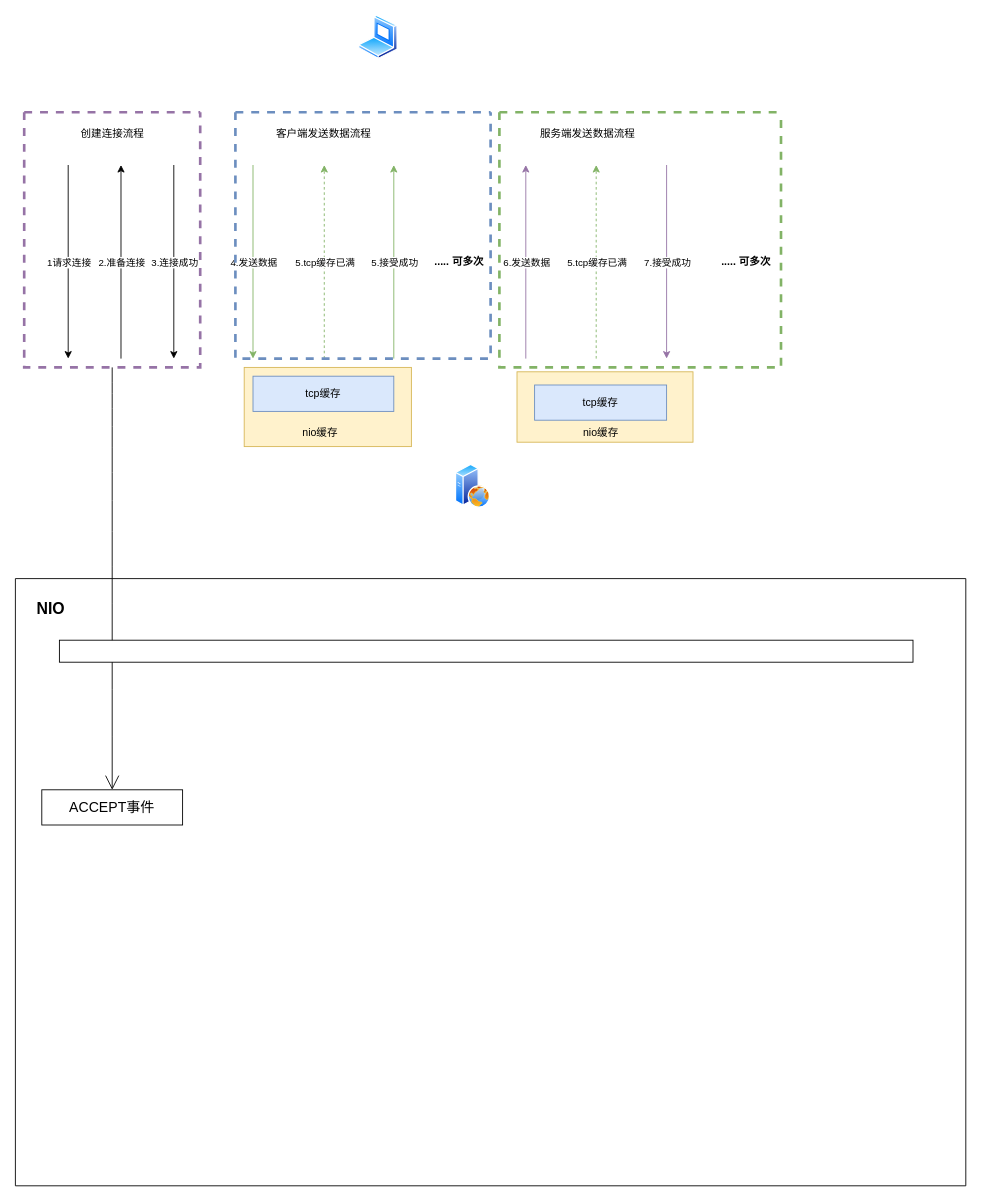
Earlier version of the draw.io diagram 流程图/NIO网络模型.drawio (xiaoa1/liuchengtu). Source tidied: cells renumbered, new cells numbered last; positions are measured from the earlier drawing's top-left corner, leaving out a move shared by most shapes. Both pictures are drawn from the tidied source at 88%, with x=0, y=0 at pixel (15, 15).
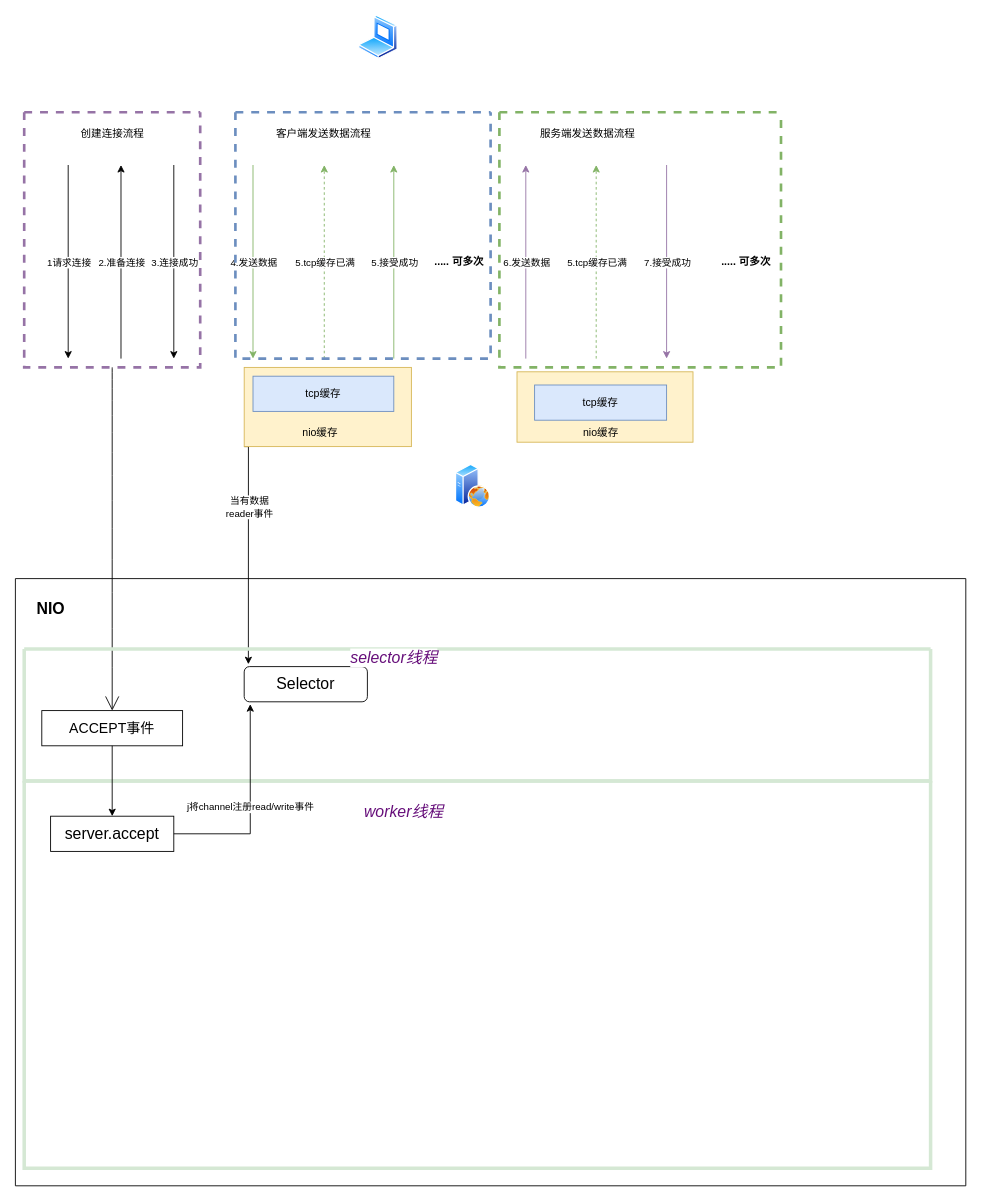
The same page after the edit.

Commit message (it also covers changes not shown here):
更新NIO网络模型.drawio

Unchanged cells that the change refers to:
```xml
<mxCell id="20" style="rounded=0;whiteSpace=wrap;html=1;fillColor=#fff2cc;strokeColor=#d6b656;" parent="1" vertex="1">
  <mxGeometry x="260" y="400" width="190" height="90" as="geometry" />
</mxCell>
<mxCell id="37" style="swimlane;startSize=0;" parent="1" vertex="1">
  <mxGeometry y="640" width="1080" height="690" as="geometry" />
</mxCell>
```

The edit, as a diff of the source:
```diff
@@
+    <mxCell id="41" style="edgeStyle=orthogonalEdgeStyle;rounded=0;jettySize=auto;html=1;exitX=0;exitY=1;exitDx=0;exitDy=0;entryX=0.034;entryY=-0.067;entryDx=0;entryDy=0;entryPerimeter=0;" parent="1" edge="1" source="20" target="44">
+      <mxGeometry relative="1" as="geometry">
+        <Array as="points">
+          <mxPoint x="265" y="490" />
+        </Array>
+      </mxGeometry>
+    </mxCell>
+    <mxCell id="42" value="当有数据&lt;br&gt;reader事件" style="edgeLabel;html=1;align=center;verticalAlign=middle;" parent="41" vertex="1">
+      <mxGeometry x="-0.43" y="1" relative="1" as="geometry">
+        <mxPoint y="1" as="offset" />
+      </mxGeometry>
+    </mxCell>
@@
-    <mxCell id="38" style="rounded=0;whiteSpace=wrap;html=1;fontSize=16;" parent="37" vertex="1">
-      <mxGeometry x="50" y="70" width="970" height="25" as="geometry" />
-    </mxCell>
@@
+    <mxCell id="43" style="swimlane;startSize=0;strokeColor=#D5E8D4;strokeWidth=4;fillColor=none;" parent="37" vertex="1">
+      <mxGeometry x="10" y="80" width="1030" height="150" as="geometry" />
+    </mxCell>
-    <mxCell id="40" value="ACCEPT事件" style="rounded=0;whiteSpace=wrap;html=1;fontSize=16;" parent="37" vertex="1">
-      <mxGeometry x="30" y="240" width="160" height="40" as="geometry" />
+    <mxCell id="40" value="ACCEPT事件" style="rounded=0;whiteSpace=wrap;html=1;fontSize=16;" parent="43" vertex="1">
+      <mxGeometry x="20" y="70" width="160" height="40" as="geometry" />
     </mxCell>
+    <mxCell id="44" value="&lt;pre style=&quot;background-color: rgb(255, 255, 255); font-family: 宋体; font-size: 13.5pt;&quot;&gt;Selector&lt;/pre&gt;" style="rounded=1;whiteSpace=wrap;html=1;" parent="43" vertex="1">
+      <mxGeometry x="250" y="20" width="140" height="40" as="geometry" />
+    </mxCell>
+    <mxCell id="45" style="swimlane;startSize=0;strokeColor=#D5E8D4;strokeWidth=4;fillColor=none;" parent="37" vertex="1">
+      <mxGeometry x="10" y="230" width="1030" height="440" as="geometry" />
+    </mxCell>
+    <mxCell id="46" value="&lt;pre style=&quot;background-color: rgb(255, 255, 255); font-family: 宋体; font-size: 13.5pt;&quot;&gt;&lt;span style=&quot;color:#660e7a;font-style:italic;&quot;&gt;worker线程&lt;/span&gt;&lt;/pre&gt;" style="text;html=1;align=center;verticalAlign=middle;strokeColor=none;fillColor=none;" parent="45" vertex="1">
+      <mxGeometry x="376" width="110" height="70" as="geometry" />
+    </mxCell>
+    <mxCell id="47" value="&lt;pre style=&quot;background-color: rgb(255, 255, 255); font-family: 宋体; font-size: 13.5pt;&quot;&gt;server.accept&lt;/pre&gt;" style="rounded=0;whiteSpace=wrap;html=1;" parent="45" vertex="1">
+      <mxGeometry x="30" y="40" width="140" height="40" as="geometry" />
+    </mxCell>
+    <mxCell id="48" style="edgeStyle=orthogonalEdgeStyle;rounded=0;jettySize=auto;html=1;exitX=0.5;exitY=1;exitDx=0;exitDy=0;" parent="37" edge="1" source="40" target="47">
+      <mxGeometry relative="1" as="geometry" />
+    </mxCell>
+    <mxCell id="49" value="j将channel注册read/write事件" style="edgeStyle=orthogonalEdgeStyle;rounded=0;jettySize=auto;html=1;exitX=1;exitY=0.5;exitDx=0;exitDy=0;entryX=0.049;entryY=1.067;entryDx=0;entryDy=0;entryPerimeter=0;" parent="37" edge="1" source="47" target="44">
+      <mxGeometry relative="1" as="geometry" />
+    </mxCell>
+    <mxCell id="50" value="&lt;pre style=&quot;background-color: rgb(255, 255, 255); font-family: 宋体; font-size: 13.5pt;&quot;&gt;&lt;span style=&quot;color:#660e7a;font-style:italic;&quot;&gt;selector线程&lt;/span&gt;&lt;/pre&gt;" style="text;html=1;align=center;verticalAlign=middle;strokeColor=none;fillColor=none;" parent="1" vertex="1">
+      <mxGeometry x="365" y="695" width="130" height="70" as="geometry" />
+    </mxCell>
```
